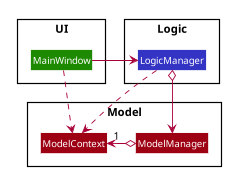
nus-cs2103-AY1920S1/addressbook-level3 keeps this PlantUML diagram as docs/images/ModelContextClassDiagram.png. Above is the earlier version. The source it was exported from:
```plantuml
@startuml








skinparam BackgroundColor #FFFFFFF

skinparam Shadowing false

skinparam Class {
    FontColor #FFFFFF
    BorderThickness 1
    BorderColor #FFFFFF
    StereotypeFontColor #FFFFFF
    FontName Arial
}

skinparam Actor {
    BorderColor #000000
    Color #000000
    FontName Arial
}

skinparam Sequence {
    MessageAlign center
    BoxFontSize 15
    BoxPadding 0
    BoxFontColor #FFFFFF
    FontName Arial
}

skinparam Participant {
    FontColor #FFFFFFF
    Padding 20
}

skinparam MinClassWidth 50
skinparam ParticipantPadding 10
skinparam Shadowing false
skinparam DefaultTextAlignment center
skinparam packageStyle Rectangle

hide footbox
hide members
hide circle
skinparam arrowThickness 1.1

package UI <<Rectangle>>{
Class MainWindow #1D8900
}

package Logic <<Rectangle>> {
Class LogicManager #3333C4
}

package Model <<Rectangle>> {
Class ModelManager #9D0012
Class ModelContext #9D0012
}

MainWindow -right-> LogicManager
MainWindow .> ModelContext

ModelManager o-> "1" ModelContext

LogicManager o-down-> ModelManager
LogicManager .> ModelContext

@enduml
```
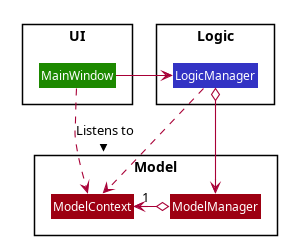
After the change.

Diff of the diagram source:
```diff
@@ -63,7 +63,7 @@
 }
 
 MainWindow -right-> LogicManager
-MainWindow .> ModelContext
+MainWindow .> ModelContext : Listens to >
 
 ModelManager o-> "1" ModelContext
 
```
